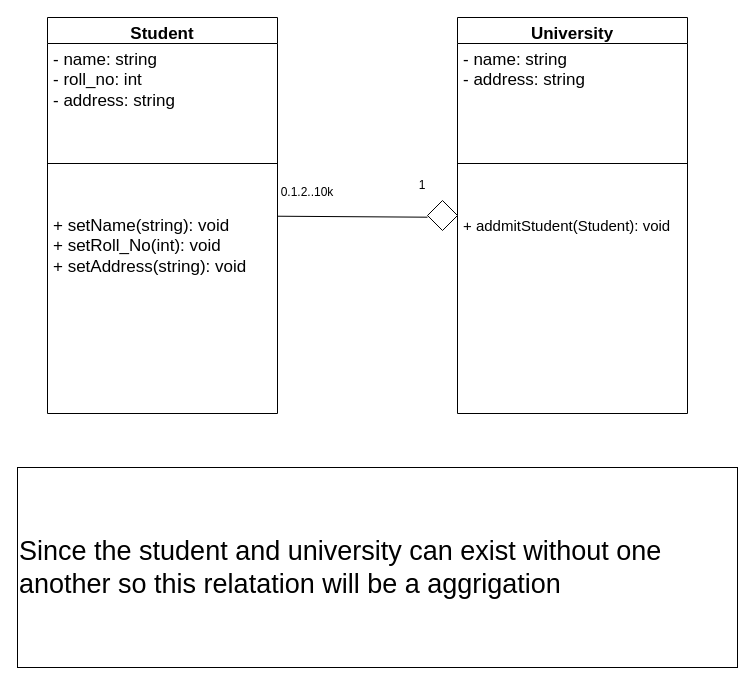
Above: umlDiagrams/uml.drawio in ABHINAV1418/uml (draw.io), before the change. Source tidied: cells renumbered, new cells numbered last; positions are measured from the earlier drawing's top-left corner, leaving out a move shared by most shapes. Both pictures are drawn from the tidied source at 100%, with x=0, y=0 at pixel (17, 17).
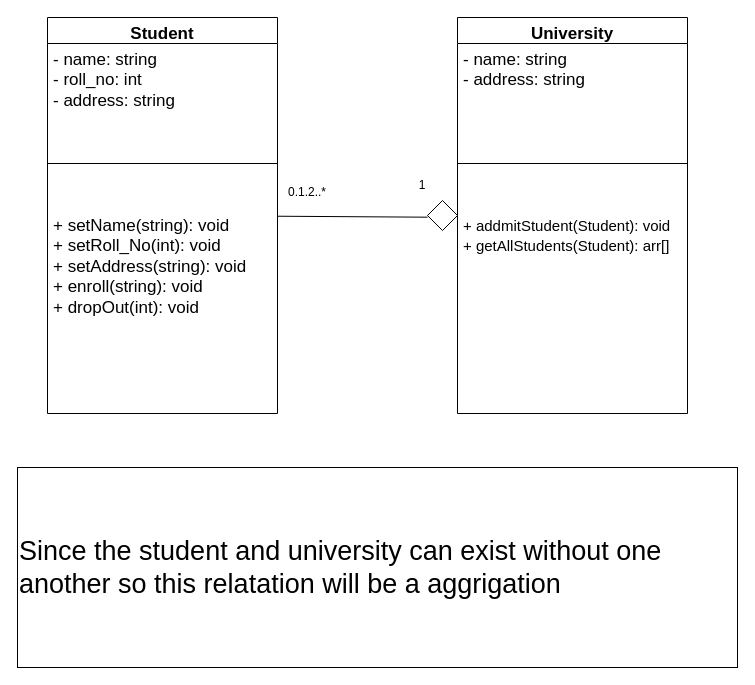
The same diagram, later.

The edit, as a diff of the source:
```diff
@@
 <mxGraphModel>
   <root>
     <mxCell id="0" />
     <mxCell id="1" parent="0" />
     <mxCell id="2" value="Student" style="swimlane;fontStyle=1;align=center;verticalAlign=top;horizontal=1;startSize=26;whiteSpace=wrap;html=1;fontSize=17;" parent="1" vertex="1">
       <mxGeometry x="30" width="230" height="396" as="geometry" />
     </mxCell>
     <mxCell id="3" value="- name: string&lt;div&gt;- roll_no: int&lt;/div&gt;&lt;div&gt;- address: string&lt;/div&gt;&lt;div&gt;&lt;br&gt;&lt;/div&gt;" style="text;strokeColor=none;fillColor=none;align=left;verticalAlign=top;spacingLeft=4;spacingRight=4;overflow=hidden;whiteSpace=wrap;html=1;fontSize=17;" parent="2" vertex="1">
       <mxGeometry y="26" width="230" height="74" as="geometry" />
     </mxCell>
     <mxCell id="4" style="line;strokeWidth=1;fillColor=none;align=left;verticalAlign=middle;spacingTop=-1;spacingLeft=3;spacingRight=3;labelPosition=right;strokeColor=inherit;fontSize=17;" parent="2" vertex="1">
       <mxGeometry y="100" width="230" height="92" as="geometry" />
     </mxCell>
-    <mxCell id="5" value="+ setName(string): void&lt;div&gt;+ setRoll_No(int): void&lt;/div&gt;&lt;div&gt;+ setAddress(string): void&lt;/div&gt;" style="text;strokeColor=none;fillColor=none;align=left;verticalAlign=top;spacingLeft=4;spacingRight=4;overflow=hidden;points=[[0,0.5],[1,0.5]];portConstraint=eastwest;whiteSpace=wrap;html=1;fontSize=17;" parent="2" vertex="1">
+    <mxCell id="5" value="+ setName(string): void&lt;div&gt;+ setRoll_No(int): void&lt;/div&gt;&lt;div&gt;+ setAddress(string): void&lt;/div&gt;&lt;div&gt;+ enroll(string): void&lt;div&gt;+ dropOut(int): void&lt;br&gt;&lt;/div&gt;&lt;/div&gt;" style="text;strokeColor=none;fillColor=none;align=left;verticalAlign=top;spacingLeft=4;spacingRight=4;overflow=hidden;points=[[0,0.5],[1,0.5]];portConstraint=eastwest;whiteSpace=wrap;html=1;fontSize=17;" parent="2" vertex="1">
       <mxGeometry y="192" width="230" height="204" as="geometry" />
     </mxCell>
     <mxCell id="6" value="University" style="swimlane;fontStyle=1;align=center;verticalAlign=top;horizontal=1;startSize=26;whiteSpace=wrap;html=1;fontSize=17;" parent="1" vertex="1">
       <mxGeometry x="440" width="230" height="396" as="geometry" />
     </mxCell>
     <mxCell id="7" value="- name: string&lt;div&gt;- address: string&lt;/div&gt;&lt;div&gt;&lt;br&gt;&lt;/div&gt;" style="text;strokeColor=none;fillColor=none;align=left;verticalAlign=top;spacingLeft=4;spacingRight=4;overflow=hidden;whiteSpace=wrap;html=1;fontSize=17;" parent="6" vertex="1">
       <mxGeometry y="26" width="230" height="74" as="geometry" />
     </mxCell>
     <mxCell id="8" style="line;strokeWidth=1;fillColor=none;align=left;verticalAlign=middle;spacingTop=-1;spacingLeft=3;spacingRight=3;labelPosition=right;strokeColor=inherit;fontSize=17;" parent="6" vertex="1">
       <mxGeometry y="100" width="230" height="92" as="geometry" />
     </mxCell>
-    <mxCell id="9" value="&lt;font style=&quot;font-size: 15px;&quot;&gt;+ addmitStudent(Student): void&lt;/font&gt;" style="text;strokeColor=none;fillColor=none;align=left;verticalAlign=top;spacingLeft=4;spacingRight=4;overflow=hidden;whiteSpace=wrap;html=1;fontSize=17;" parent="6" vertex="1">
+    <mxCell id="9" value="&lt;font style=&quot;font-size: 15px;&quot;&gt;+ addmitStudent(Student): void&lt;/font&gt;&lt;div&gt;&lt;font style=&quot;font-size: 15px;&quot;&gt;+ getAllStudents(Student): arr[]&lt;/font&gt;&lt;/div&gt;" style="text;strokeColor=none;fillColor=none;align=left;verticalAlign=top;spacingLeft=4;spacingRight=4;overflow=hidden;whiteSpace=wrap;html=1;fontSize=17;" parent="6" vertex="1">
       <mxGeometry y="192" width="230" height="204" as="geometry" />
     </mxCell>
     <mxCell id="10" style="rhombus;whiteSpace=wrap;html=1;fillColor=#FFFFFF;" parent="1" vertex="1">
       <mxGeometry x="410" y="183" width="30" height="30" as="geometry" />
     </mxCell>
     <mxCell id="11" style="endArrow=none;html=1;rounded=0;exitX=1.002;exitY=0.033;exitDx=0;exitDy=0;exitPerimeter=0;" parent="1" edge="1" source="5">
       <mxGeometry relative="1" as="geometry">
         <mxPoint x="410" y="199.7" as="targetPoint" />
       </mxGeometry>
     </mxCell>
     <mxCell id="12" value="&lt;font style=&quot;font-size: 27px;&quot;&gt;Since the student and university can exist without one another so this relatation will be a aggrigation&amp;nbsp;&lt;/font&gt;" style="whiteSpace=wrap;html=1;align=left;fillColor=#FFFFFF;" parent="1" vertex="1">
       <mxGeometry y="450" width="720" height="200" as="geometry" />
     </mxCell>
-    <mxCell id="13" value="0.1.2..10k" style="text;strokeColor=none;align=center;fillColor=none;html=1;verticalAlign=middle;whiteSpace=wrap;rounded=0;" parent="1" vertex="1">
+    <mxCell id="13" value="0.1.2..*" style="text;strokeColor=none;align=center;fillColor=none;html=1;verticalAlign=middle;whiteSpace=wrap;rounded=0;" parent="1" vertex="1">
       <mxGeometry x="260" y="160" width="60" height="30" as="geometry" />
     </mxCell>
     <mxCell id="14" value="1" style="text;strokeColor=none;align=center;fillColor=none;html=1;verticalAlign=middle;whiteSpace=wrap;rounded=0;" parent="1" vertex="1">
       <mxGeometry x="375" y="153" width="60" height="30" as="geometry" />
     </mxCell>
   </root>
 </mxGraphModel>
```
